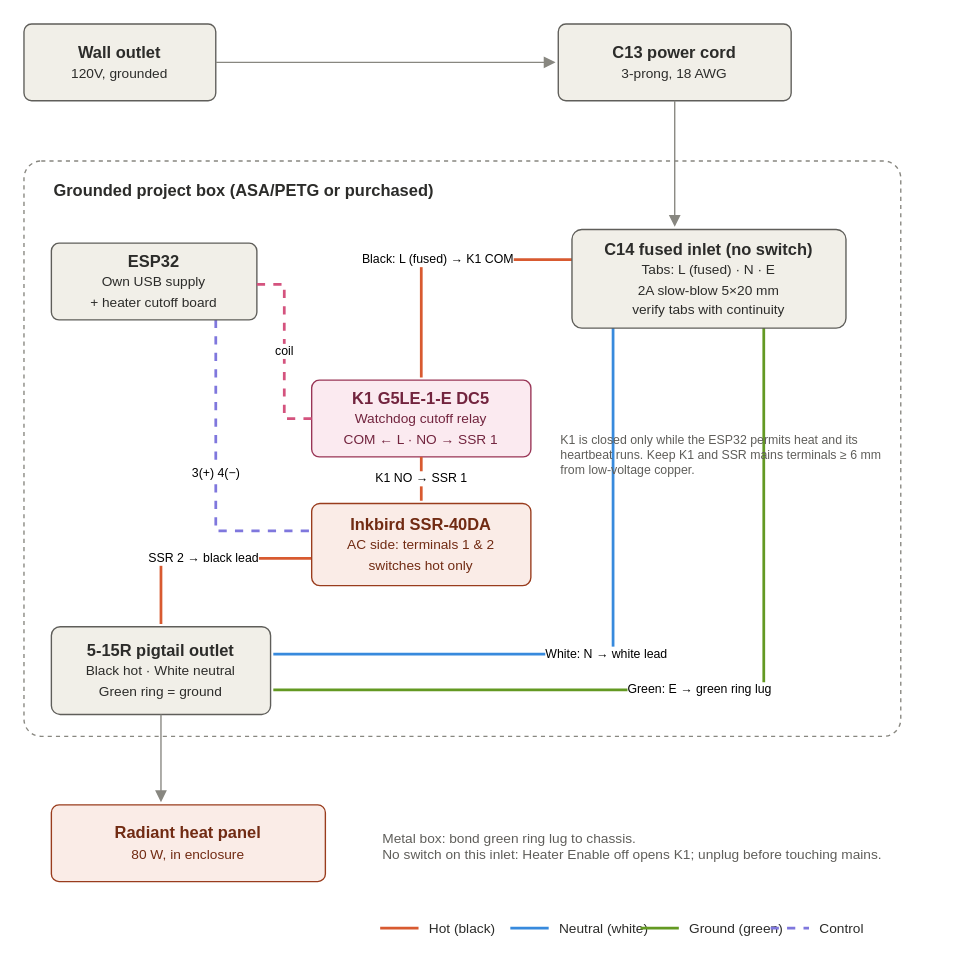
The draw.io diagram page "Mains side" (2 of 3) of snake-thermostat-wiring.drawio in DConcord/ESP32-Vivarium-Thermostat, before the edit. Source tidied: cells renumbered, new cells numbered last; positions are measured from the earlier drawing's top-left corner, leaving out a move shared by most shapes. Both pictures are drawn from the tidied source at 137%, with x=0, y=0 at pixel (23, 23).
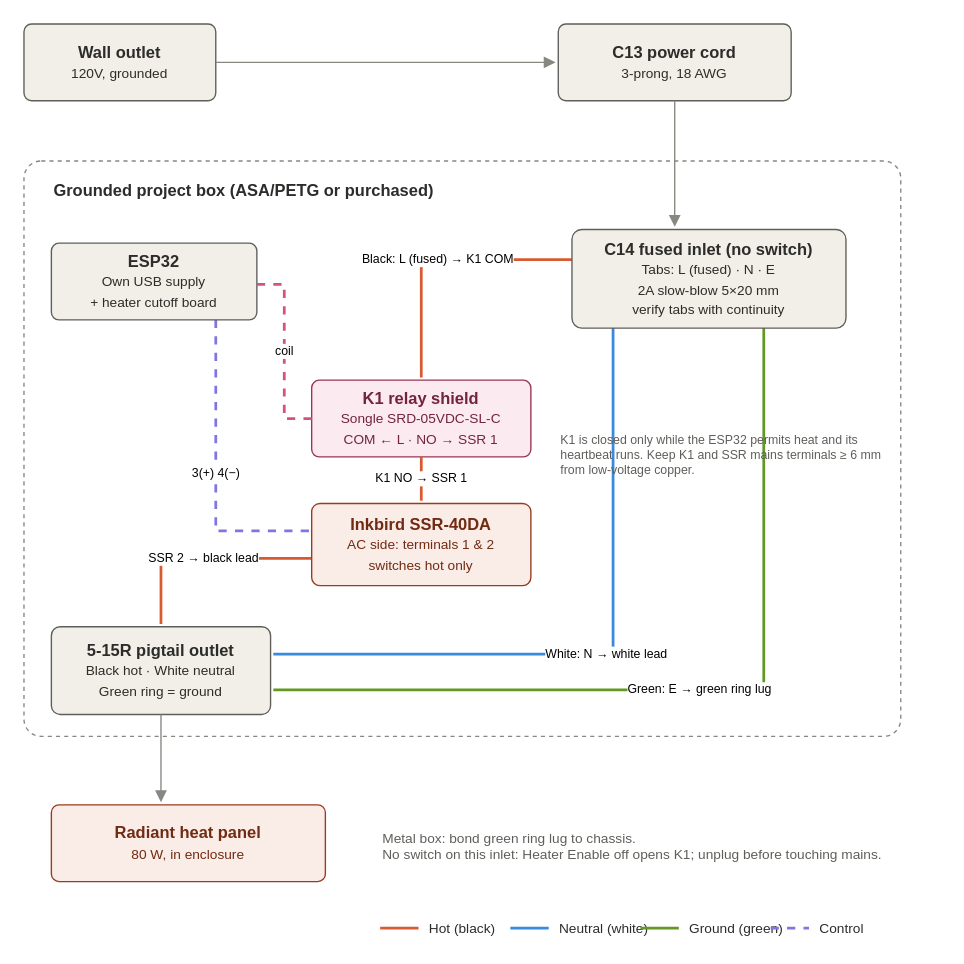
The same diagram, later.

Commit message (it also covers changes not shown here):
Cutoff: use the Songle SRD-05VDC-SL-C relay shield as K1

The edit, as a diff of the source:
```diff
@@
-    <mxCell id="28" value="&lt;b&gt;K1 G5LE-1-E DC5&lt;/b&gt;&lt;br&gt;&lt;font style='font-size:10px'&gt;Watchdog cutoff relay&lt;br&gt;COM ← L · NO → SSR 1&lt;/font&gt;" style="rounded=1;whiteSpace=wrap;html=1;fillColor=#FBEAF0;strokeColor=#993556;fontColor=#72243E;arcSize=10;fontSize=12;" parent="1" vertex="1">
+    <mxCell id="28" value="&lt;b&gt;K1 relay shield&lt;/b&gt;&lt;br&gt;&lt;font style='font-size:10px'&gt;Songle SRD-05VDC-SL-C&lt;br&gt;COM ← L · NO → SSR 1&lt;/font&gt;" style="rounded=1;whiteSpace=wrap;html=1;fillColor=#FBEAF0;strokeColor=#993556;fontColor=#72243E;arcSize=10;fontSize=12;" parent="1" vertex="1">
       <mxGeometry x="210" y="260" width="160" height="56" as="geometry" />
     </mxCell>
```
